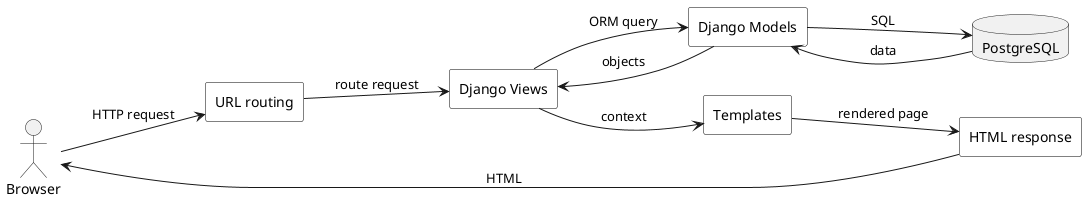
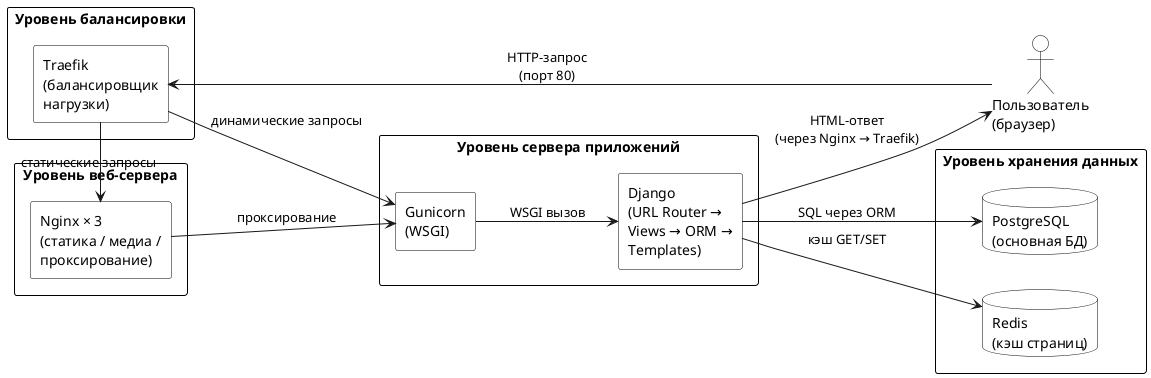
@startuml
left to right direction
skinparam backgroundColor white
skinparam shadowing false
skinparam rectangle {
  BorderColor black
  BackgroundColor white
}
+ skinparam database {
+   BorderColor black
+   BackgroundColor white
+ }
+ skinparam actor {
+   BorderColor black
+   BackgroundColor white
+ }

- actor Browser
- rectangle "URL routing" as Router
- rectangle "Django Views" as Views
- rectangle "Django Models" as Models
- database "PostgreSQL" as DB
- rectangle "Templates" as Templates
- rectangle "HTML response" as Response
+ actor "Пользователь\n(браузер)" as Browser

- Browser --> Router : HTTP request
- Router --> Views : route request
- Views --> Models : ORM query
- Models --> DB : SQL
- DB --> Models : data
- Models --> Views : objects
- Views --> Templates : context
- Templates --> Response : rendered page
- Response --> Browser : HTML
+ rectangle "Уровень балансировки" {
+   rectangle "Traefik\n(балансировщик\nнагрузки)" as Traefik
+ }
+ 
+ rectangle "Уровень веб-сервера" {
+   rectangle "Nginx × 3\n(статика / медиа /\nпроксирование)" as Nginx
+ }
+ 
+ rectangle "Уровень сервера приложений" {
+   rectangle "Gunicorn\n(WSGI)" as Gunicorn
+   rectangle "Django\n(URL Router →\nViews → ORM →\nTemplates)" as Django
+ }
+ 
+ rectangle "Уровень хранения данных" {
+   database "PostgreSQL\n(основная БД)" as PG
+   database "Redis\n(кэш страниц)" as Redis
+ }
+ 
+ Browser --> Traefik : HTTP-запрос\n(порт 80)
+ Traefik --> Nginx : статические запросы
+ Traefik --> Gunicorn : динамические запросы
+ Nginx --> Gunicorn : проксирование
+ Gunicorn --> Django : WSGI вызов
+ Django --> PG : SQL через ORM
+ Django --> Redis : кэш GET/SET
+ Django --> Browser : HTML-ответ\n(через Nginx → Traefik)
+ 
@enduml
